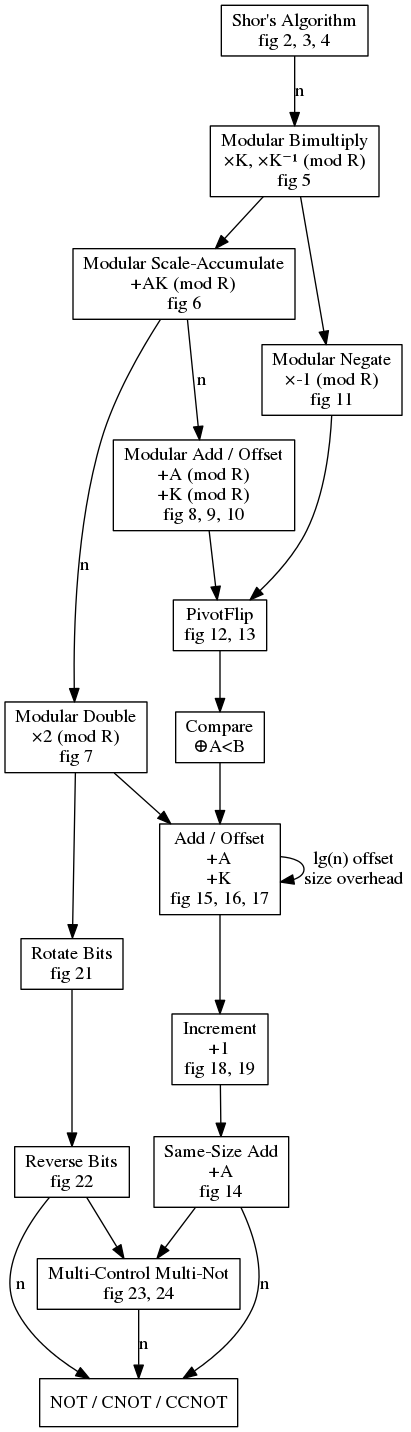
This is doc/assets/dependencies.png from Strilanc/PaperImpl-2017-DirtyPeriodFinding, a Graphviz export, as it was before one commit. Its source is kept beside it as doc/assets/dependencies.gv.
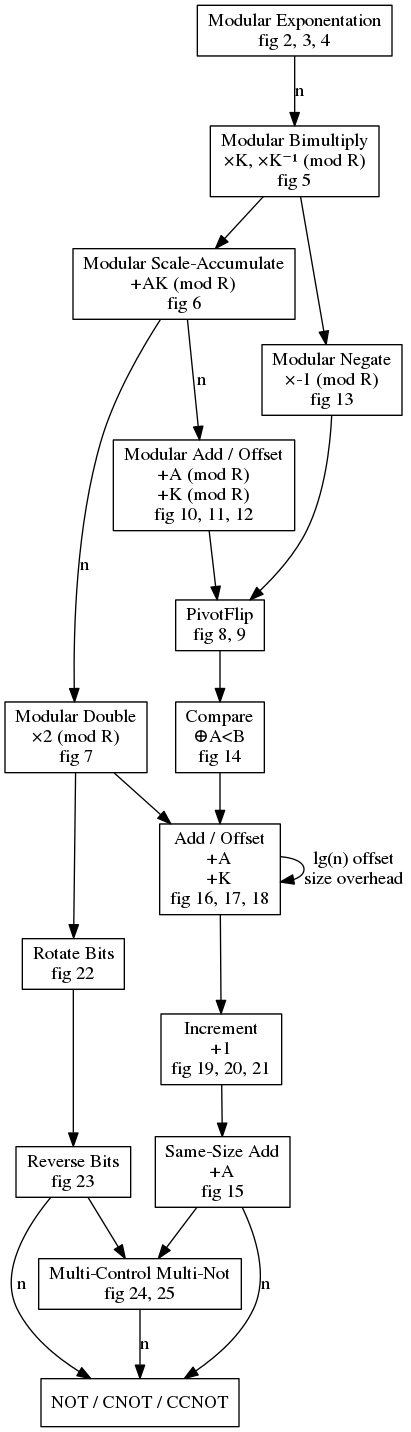
Above is the later version.

The edit, as a diff of the source:
```diff
@@ -2,20 +2,20 @@
 digraph G {
   node [shape=box]
 
-  PeriodFinding [label="Shor's Algorithm\nfig 2, 3, 4"]
+  PeriodFinding [label="Modular Exponentation\nfig 2, 3, 4"]
   ModularPairedMultiply [label="Modular Bimultiply\n×K, ×K⁻¹ (mod R)\nfig 5"]
   ModularMultiplyAccumulate [label="Modular Scale-Accumulate\n+AK (mod R)\nfig 6"]
   ModularDouble [label="Modular Double\n×2 (mod R)\nfig 7"]
-  ModularAdd [label="Modular Add / Offset\n+A (mod R)\n+K (mod R)\nfig 8, 9, 10"]
-  ModularNegate [label="Modular Negate\n×-1 (mod R)\nfig 11"]
-  PivotFlip [label="PivotFlip\nfig 12, 13"]
-  Compare [label="Compare\n⊕A<B"]
-  SameSizeAdd [label="Same-Size Add\n+A\nfig 14"]
-  Add [label="Add / Offset\n+A\n+K\nfig 15, 16, 17"]
-  Increment [label="Increment\n+1\nfig 18, 19"]
-  RotateBits [label="Rotate Bits\nfig 21"]
-  ReverseBits [label="Reverse Bits\nfig 22"]
-  MultiNot [label="Multi-Control Multi-Not\nfig 23, 24"]
+  PivotFlip [label="PivotFlip\nfig 8, 9"]
+  ModularAdd [label="Modular Add / Offset\n+A (mod R)\n+K (mod R)\nfig 10, 11, 12"]
+  ModularNegate [label="Modular Negate\n×-1 (mod R)\nfig 13"]
+  Compare [label="Compare\n⊕A<B\nfig 14"]
+  SameSizeAdd [label="Same-Size Add\n+A\nfig 15"]
+  Add [label="Add / Offset\n+A\n+K\nfig 16, 17, 18"]
+  Increment [label="Increment\n+1\nfig 19, 20, 21"]
+  RotateBits [label="Rotate Bits\nfig 22"]
+  ReverseBits [label="Reverse Bits\nfig 23"]
+  MultiNot [label="Multi-Control Multi-Not\nfig 24, 25"]
   Leaf [label="NOT / CNOT / CCNOT"]
 
   edge [label="n"]
```
